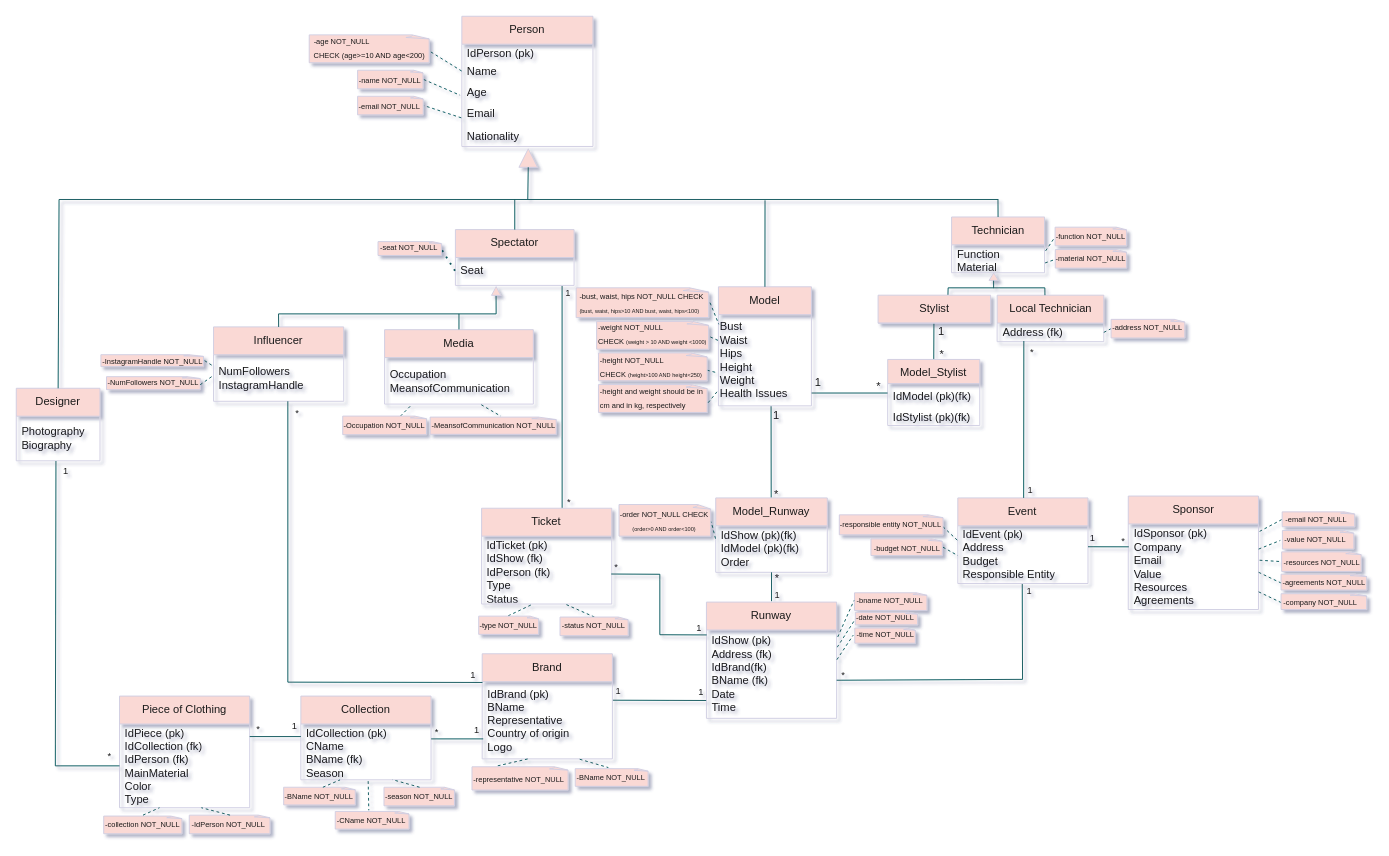
This is UML VERSIONS/FINAL_V_2ndSUB.drawio from le0nor/BD2425-707, a draw.io file, before an edit. Source tidied: cells renumbered, new cells numbered last; positions are measured from the earlier drawing's top-left corner, leaving out a move shared by most shapes. Both pictures are drawn from the tidied source at 93%, with x=0, y=0 at pixel (16, 16).
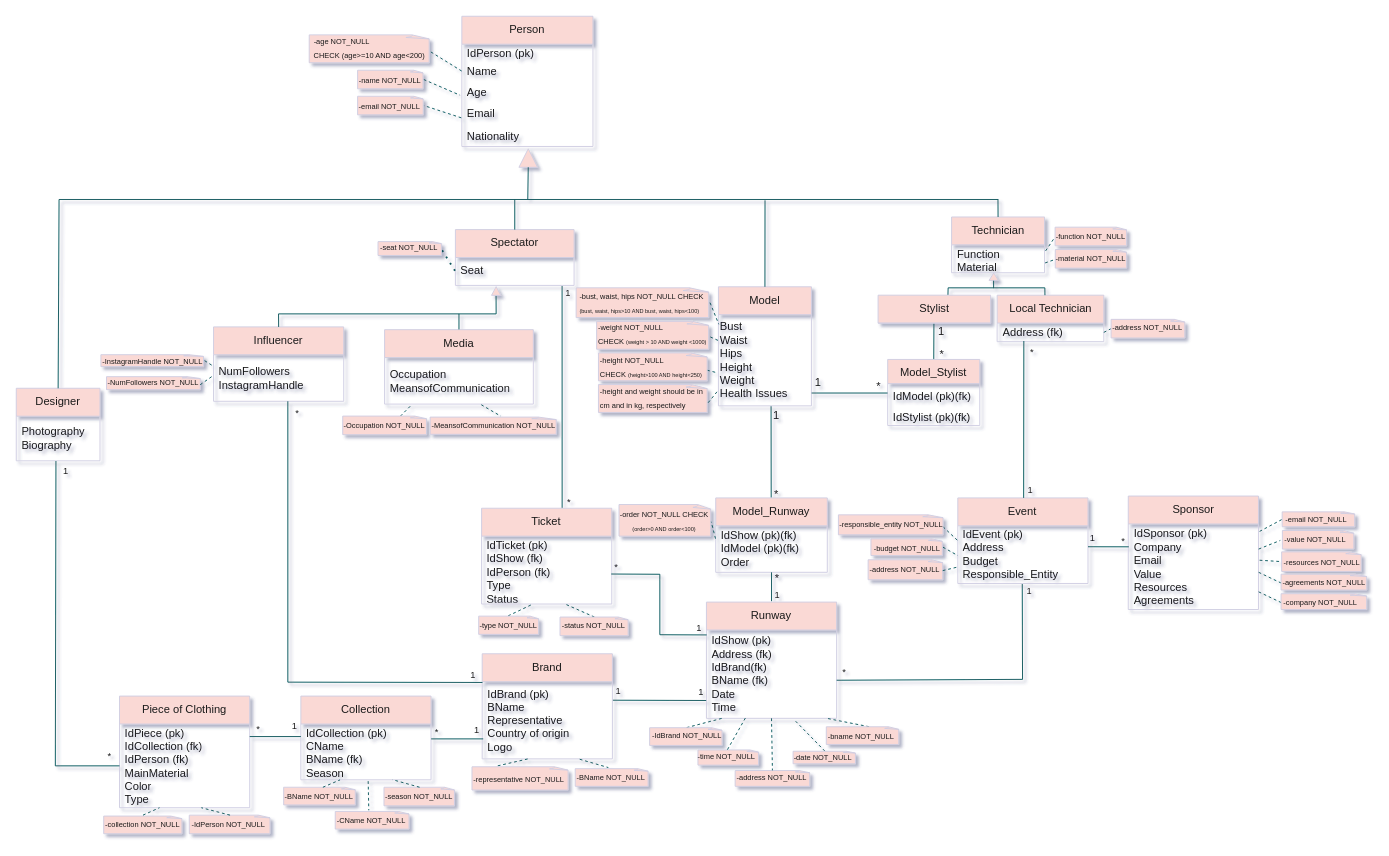
The same page after the edit.

Unchanged cells that the change refers to:
```xml
<mxCell id="50" value="Runway" style="swimlane;fontStyle=0;horizontal=1;startSize=30;whiteSpace=wrap;html=1;labelBackgroundColor=none;rounded=0;fillColor=#FAD9D5;strokeColor=#D0CEE2;fontColor=#1A1A1A;" parent="1" vertex="1">
  <mxGeometry x="742.1" y="629.9" width="140" height="125" as="geometry" />
</mxCell>
<mxCell id="51" value="&lt;div&gt;&lt;span style=&quot;background-color: initial;&quot;&gt;IdShow (pk&lt;/span&gt;&lt;span style=&quot;background-color: initial;&quot;&gt;)&lt;/span&gt;&lt;/div&gt;&lt;div&gt;&lt;span style=&quot;background-color: initial;&quot;&gt;Address (fk)&lt;/span&gt;&lt;/div&gt;&lt;div&gt;&lt;span style=&quot;background-color: initial;&quot;&gt;IdBrand(fk)&lt;/span&gt;&lt;/div&gt;&lt;div&gt;&lt;span style=&quot;background-color: initial;&quot;&gt;BName (fk)&lt;/span&gt;&lt;/div&gt;Date&amp;nbsp;&lt;div&gt;Time&lt;/div&gt;" style="text;strokeColor=none;fillColor=none;align=left;verticalAlign=middle;spacingLeft=4;spacingRight=4;overflow=hidden;points=[[0,0.5],[1,0.5]];portConstraint=eastwest;whiteSpace=wrap;html=1;labelBackgroundColor=none;rounded=0;fontColor=#1A1A1A;" parent="50" vertex="1">
  <mxGeometry y="30" width="140" height="95" as="geometry" />
</mxCell>
<mxCell id="69" value="Event" style="swimlane;fontStyle=0;horizontal=1;startSize=30;whiteSpace=wrap;html=1;labelBackgroundColor=none;rounded=0;fillColor=#FAD9D5;strokeColor=#D0CEE2;fontColor=#1A1A1A;" parent="1" vertex="1">
  <mxGeometry x="1012.4" y="517.9" width="140" height="92" as="geometry" />
</mxCell>
```

Diff of the diagram source:
```diff
@@
-    <mxCell id="4" style="endArrow=none;dashed=1;html=1;rounded=0;fontColor=default;exitX=1.004;exitY=0.207;exitDx=0;exitDy=0;exitPerimeter=0;entryX=0.014;entryY=0.629;entryDx=0;entryDy=0;entryPerimeter=0;labelBackgroundColor=none;strokeColor=#09555B;" parent="1" edge="1" target="65">
+    <mxCell id="4" style="endArrow=none;dashed=1;html=1;rounded=0;fontColor=default;entryX=0.676;entryY=0.124;entryDx=0;entryDy=0;entryPerimeter=0;labelBackgroundColor=none;strokeColor=#09555B;" parent="1" edge="1">
       <mxGeometry relative="1" as="geometry">
-        <mxPoint x="882.7" y="678.5" as="sourcePoint" />
+        <mxPoint x="838" y="758" as="sourcePoint" />
+        <mxPoint x="871" y="791.7" as="targetPoint" />
       </mxGeometry>
     </mxCell>
@@
-    <mxCell id="61" style="whiteSpace=wrap;html=1;shape=mxgraph.basic.document;labelBackgroundColor=none;rounded=0;fillColor=#FAD9D5;strokeColor=#D0CEE2;fontColor=#1A1A1A;" parent="1" vertex="1">
-      <mxGeometry x="901.3" y="619.9" width="78.7" height="19" as="geometry" />
-    </mxCell>
-    <mxCell id="62" value="&lt;span style=&quot;&quot;&gt;&lt;font style=&quot;font-size: 8px;&quot;&gt;-bname NOT_NULL&lt;/font&gt;&lt;/span&gt;" style="text;html=1;align=left;verticalAlign=middle;whiteSpace=wrap;rounded=0;labelBackgroundColor=none;fontColor=#1A1A1A;" parent="1" vertex="1">
-      <mxGeometry x="902.4" y="617.9" width="76.6" height="19" as="geometry" />
-    </mxCell>
     <mxCell id="63" style="group;labelBackgroundColor=none;fontColor=#1A1A1A;rounded=0;" parent="1" vertex="1">
-      <mxGeometry x="899.9" y="638.9" width="73.1" height="15.5" as="geometry" />
+      <mxGeometry x="833" y="791.3" width="73.1" height="15.5" as="geometry" />
     </mxCell>
     <mxCell id="64" style="whiteSpace=wrap;html=1;shape=mxgraph.basic.document;labelBackgroundColor=none;rounded=0;fillColor=#FAD9D5;strokeColor=#D0CEE2;fontColor=#1A1A1A;" parent="63" vertex="1">
-      <mxGeometry x="2.3" y="2" width="67.7" height="13.5" as="geometry" />
+      <mxGeometry x="2.3" y="-1" width="67.7" height="13.5" as="geometry" />
     </mxCell>
     <mxCell id="65" value="&lt;div style=&quot;text-align: left;&quot;&gt;&lt;font style=&quot;font-size: 8px;&quot;&gt;-date NOT_NULL&lt;/font&gt;&lt;br&gt;&lt;/div&gt;" style="text;html=1;align=center;verticalAlign=middle;whiteSpace=wrap;rounded=0;labelBackgroundColor=none;fontColor=#1A1A1A;" parent="63" vertex="1">
-      <mxGeometry x="1.9" width="64.9" height="13.5" as="geometry" />
+      <mxGeometry x="1.9" y="-2" width="64.9" height="13.5" as="geometry" />
     </mxCell>
     <mxCell id="66" style="group;labelBackgroundColor=none;fontColor=#1A1A1A;rounded=0;" parent="1" vertex="1">
-      <mxGeometry x="901.6" y="655.9" width="68.4" height="18.1" as="geometry" />
+      <mxGeometry x="733" y="787" width="68.4" height="18.1" as="geometry" />
     </mxCell>
@@
     <mxCell id="68" value="&lt;div&gt;&lt;div&gt;&lt;font style=&quot;font-size: 8px;&quot;&gt;-time NOT_NULL&lt;/font&gt;&lt;/div&gt;&lt;/div&gt;" style="text;html=1;align=left;verticalAlign=middle;whiteSpace=wrap;rounded=0;labelBackgroundColor=none;fontColor=#1A1A1A;" parent="66" vertex="1">
-      <mxGeometry x="-0.1" width="67.5" height="16.3" as="geometry" />
+      <mxGeometry x="-2.1" width="67.5" height="16.3" as="geometry" />
     </mxCell>
@@
-    <mxCell id="71" value="&lt;div&gt;IdEvent (pk)&lt;/div&gt;&lt;div&gt;Address&amp;nbsp;&lt;br&gt;&lt;/div&gt;&lt;div&gt;Budget&lt;/div&gt;&lt;div&gt;Responsible Entity&lt;/div&gt;" style="text;strokeColor=none;fillColor=none;align=left;verticalAlign=middle;spacingLeft=4;spacingRight=4;overflow=hidden;points=[[0,0.5],[1,0.5]];portConstraint=eastwest;whiteSpace=wrap;html=1;labelBackgroundColor=none;rounded=0;fontColor=#1A1A1A;" parent="69" vertex="1">
+    <mxCell id="71" value="&lt;div&gt;IdEvent (pk)&lt;/div&gt;&lt;div&gt;Address&amp;nbsp;&lt;br&gt;&lt;/div&gt;&lt;div&gt;Budget&lt;/div&gt;&lt;div&gt;Responsible_Entity&lt;/div&gt;" style="text;strokeColor=none;fillColor=none;align=left;verticalAlign=middle;spacingLeft=4;spacingRight=4;overflow=hidden;points=[[0,0.5],[1,0.5]];portConstraint=eastwest;whiteSpace=wrap;html=1;labelBackgroundColor=none;rounded=0;fontColor=#1A1A1A;" parent="69" vertex="1">
       <mxGeometry y="30" width="140" height="62" as="geometry" />
     </mxCell>
@@
     <mxCell id="75" style="whiteSpace=wrap;html=1;shape=mxgraph.basic.document;labelBackgroundColor=none;rounded=0;fillColor=#FAD9D5;strokeColor=#D0CEE2;fontColor=#1A1A1A;" parent="1" vertex="1">
-      <mxGeometry x="885" y="536.1" width="112.7" height="21.5" as="geometry" />
+      <mxGeometry x="884" y="536.1" width="113.7" height="21.5" as="geometry" />
     </mxCell>
-    <mxCell id="76" value="&lt;div style=&quot;text-align: left;&quot;&gt;&lt;div&gt;&lt;font style=&quot;font-size: 8px;&quot;&gt;-responsible entity NOT_NULL&lt;/font&gt;&lt;/div&gt;&lt;/div&gt;" style="text;html=1;align=center;verticalAlign=middle;whiteSpace=wrap;rounded=0;labelBackgroundColor=none;fontColor=#1A1A1A;" parent="1" vertex="1">
-      <mxGeometry x="885.4" y="538.9" width="110.6" height="14.5" as="geometry" />
+    <mxCell id="76" value="&lt;div style=&quot;text-align: left;&quot;&gt;&lt;div&gt;&lt;font style=&quot;font-size: 8px;&quot;&gt;-responsible_entity NOT_NULL&lt;/font&gt;&lt;/div&gt;&lt;/div&gt;" style="text;html=1;align=center;verticalAlign=middle;whiteSpace=wrap;rounded=0;labelBackgroundColor=none;fontColor=#1A1A1A;" parent="1" vertex="1">
+      <mxGeometry x="884.4" y="538.9" width="113.6" height="14.5" as="geometry" />
     </mxCell>
@@
-    <mxCell id="133" style="endArrow=none;dashed=1;html=1;rounded=0;fontColor=default;exitX=1.008;exitY=0.084;exitDx=0;exitDy=0;exitPerimeter=0;entryX=-0.021;entryY=0.54;entryDx=0;entryDy=0;entryPerimeter=0;labelBackgroundColor=none;strokeColor=#09555B;" parent="1" edge="1" target="62">
-      <mxGeometry relative="1" as="geometry">
-        <mxPoint x="883.3" y="667.4" as="sourcePoint" />
-      </mxGeometry>
+    <mxCell id="133" style="endArrow=none;dashed=1;html=1;rounded=0;fontColor=default;entryX=0.59;entryY=0;entryDx=0;entryDy=0;entryPerimeter=0;labelBackgroundColor=none;strokeColor=#09555B;exitX=0.934;exitY=1.003;exitDx=0;exitDy=0;exitPerimeter=0;" parent="1" edge="1" source="51" target="61">
+      <mxGeometry relative="1" as="geometry" />
     </mxCell>
-    <mxCell id="134" style="endArrow=none;dashed=1;html=1;rounded=0;fontColor=default;exitX=1.002;exitY=0.355;exitDx=0;exitDy=0;exitPerimeter=0;entryX=-0.023;entryY=0.585;entryDx=0;entryDy=0;entryPerimeter=0;labelBackgroundColor=none;strokeColor=#09555B;" parent="1" edge="1" target="68">
-      <mxGeometry relative="1" as="geometry">
-        <mxPoint x="882.4" y="691.8" as="sourcePoint" />
-      </mxGeometry>
+    <mxCell id="134" style="endArrow=none;dashed=1;html=1;rounded=0;fontColor=default;exitX=0.299;exitY=0.997;exitDx=0;exitDy=0;exitPerimeter=0;entryX=0.494;entryY=0.144;entryDx=0;entryDy=0;entryPerimeter=0;labelBackgroundColor=none;strokeColor=#09555B;" parent="1" edge="1" source="51" target="68">
+      <mxGeometry relative="1" as="geometry" />
     </mxCell>
@@
     <mxCell id="192" value="&lt;font style=&quot;font-size: 10px;&quot;&gt;*&lt;/font&gt;" style="text;html=1;align=center;verticalAlign=middle;strokeColor=none;fillColor=none;labelBackgroundColor=none;fontColor=#1A1A1A;rounded=0;" parent="1" vertex="1">
-      <mxGeometry x="877.9" y="695" width="22" height="26" as="geometry" />
+      <mxGeometry x="879.3" y="691.5" width="22" height="26" as="geometry" />
     </mxCell>
@@
+    <mxCell id="231" style="endArrow=none;dashed=1;html=1;rounded=0;fontColor=default;exitX=0.117;exitY=1.001;exitDx=0;exitDy=0;exitPerimeter=0;labelBackgroundColor=none;strokeColor=#09555B;entryX=0.5;entryY=0;entryDx=0;entryDy=0;entryPerimeter=0;" parent="1" edge="1" source="51" target="234">
+      <mxGeometry relative="1" as="geometry" />
+    </mxCell>
+    <mxCell id="232" style="group;" parent="1" vertex="1">
+      <mxGeometry x="871" y="764" width="78.7" height="19" as="geometry" />
+    </mxCell>
+    <mxCell id="61" style="whiteSpace=wrap;html=1;shape=mxgraph.basic.document;labelBackgroundColor=none;rounded=0;fillColor=#FAD9D5;strokeColor=#D0CEE2;fontColor=#1A1A1A;" parent="232" vertex="1">
+      <mxGeometry width="78.7" height="19" as="geometry" />
+    </mxCell>
+    <mxCell id="62" value="&lt;span style=&quot;&quot;&gt;&lt;font style=&quot;font-size: 8px;&quot;&gt;-bname NOT_NULL&lt;/font&gt;&lt;/span&gt;" style="text;html=1;align=left;verticalAlign=middle;whiteSpace=wrap;rounded=0;labelBackgroundColor=none;fontColor=#1A1A1A;" parent="232" vertex="1">
+      <mxGeometry x="0.1" width="76.6" height="19" as="geometry" />
+    </mxCell>
+    <mxCell id="233" style="group;" parent="1" vertex="1">
+      <mxGeometry x="681" y="763" width="78.7" height="21" as="geometry" />
+    </mxCell>
+    <mxCell id="234" style="whiteSpace=wrap;html=1;shape=mxgraph.basic.document;labelBackgroundColor=none;rounded=0;fillColor=#FAD9D5;strokeColor=#D0CEE2;fontColor=#1A1A1A;" parent="233" vertex="1">
+      <mxGeometry y="2" width="78.7" height="19" as="geometry" />
+    </mxCell>
+    <mxCell id="235" value="&lt;span style=&quot;&quot;&gt;&lt;font style=&quot;font-size: 8px;&quot;&gt;-IdBrand NOT_NULL&lt;/font&gt;&lt;/span&gt;" style="text;html=1;align=left;verticalAlign=middle;whiteSpace=wrap;rounded=0;labelBackgroundColor=none;fontColor=#1A1A1A;" parent="233" vertex="1">
+      <mxGeometry x="1.1" width="76.6" height="19" as="geometry" />
+    </mxCell>
+    <mxCell id="236" style="group;" parent="1" vertex="1">
+      <mxGeometry x="916" y="584.4" width="81" height="21.5" as="geometry" />
+    </mxCell>
+    <mxCell id="237" style="whiteSpace=wrap;html=1;shape=mxgraph.basic.document;labelBackgroundColor=none;rounded=0;fillColor=#FAD9D5;strokeColor=#D0CEE2;fontColor=#1A1A1A;" parent="236" vertex="1">
+      <mxGeometry width="81" height="21.5" as="geometry" />
+    </mxCell>
+    <mxCell id="238" value="&lt;div style=&quot;&quot;&gt;&lt;div&gt;&lt;font style=&quot;font-size: 8px;&quot;&gt;-address NOT_NULL&lt;/font&gt;&lt;/div&gt;&lt;/div&gt;" style="text;html=1;align=left;verticalAlign=middle;whiteSpace=wrap;rounded=0;labelBackgroundColor=none;fontColor=#1A1A1A;" parent="236" vertex="1">
+      <mxGeometry x="0.3" y="2.8" width="79.5" height="14.5" as="geometry" />
+    </mxCell>
+    <mxCell id="239" style="endArrow=none;dashed=1;html=1;rounded=0;fontColor=default;entryX=-0.002;entryY=0.715;entryDx=0;entryDy=0;labelBackgroundColor=none;strokeColor=#09555B;exitX=1.005;exitY=0.612;exitDx=0;exitDy=0;exitPerimeter=0;entryPerimeter=0;" parent="1" edge="1" source="238" target="71">
+      <mxGeometry relative="1" as="geometry" />
+    </mxCell>
+    <mxCell id="240" style="group;" parent="1" vertex="1">
+      <mxGeometry x="773" y="811" width="81" height="21.5" as="geometry" />
+    </mxCell>
+    <mxCell id="241" style="whiteSpace=wrap;html=1;shape=mxgraph.basic.document;labelBackgroundColor=none;rounded=0;fillColor=#FAD9D5;strokeColor=#D0CEE2;fontColor=#1A1A1A;" parent="240" vertex="1">
+      <mxGeometry width="81" height="17" as="geometry" />
+    </mxCell>
+    <mxCell id="242" value="&lt;div style=&quot;&quot;&gt;&lt;div&gt;&lt;font style=&quot;font-size: 8px;&quot;&gt;-address NOT_NULL&lt;/font&gt;&lt;/div&gt;&lt;/div&gt;" style="text;html=1;align=left;verticalAlign=middle;whiteSpace=wrap;rounded=0;labelBackgroundColor=none;fontColor=#1A1A1A;" parent="240" vertex="1">
+      <mxGeometry x="0.3" y="-0.2" width="79.5" height="14.5" as="geometry" />
+    </mxCell>
+    <mxCell id="243" style="endArrow=none;dashed=1;html=1;rounded=0;fontColor=default;entryX=0.5;entryY=0;entryDx=0;entryDy=0;labelBackgroundColor=none;strokeColor=#09555B;exitX=0.5;exitY=1;exitDx=0;exitDy=0;" parent="1" edge="1" source="50" target="242">
+      <mxGeometry relative="1" as="geometry" />
+    </mxCell>
```
